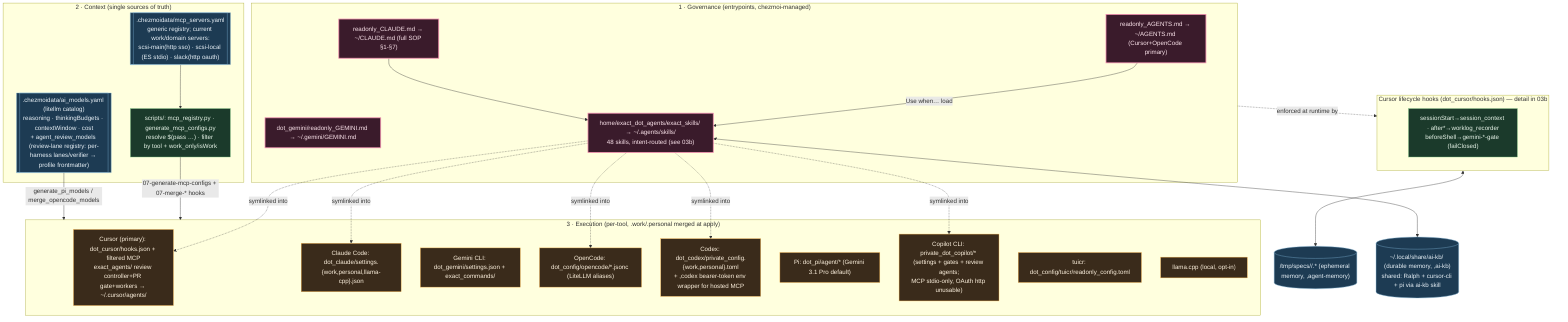
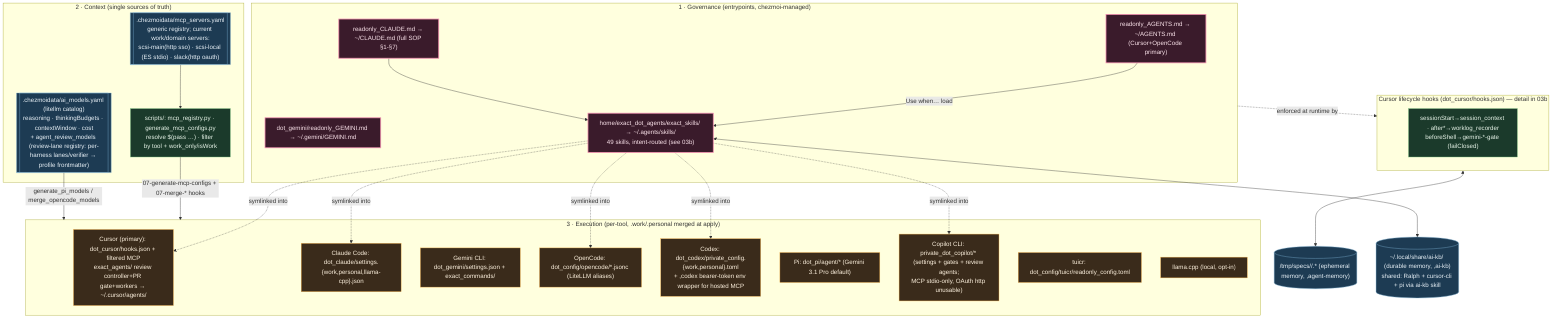
%% ============================================================================
%% 03-agentic-os.mmd — Agentic OS: governance + context + execution layers.
%% Entry SOPs + MCP/model registries + per-tool config generation.
%% Skills/hooks file-level detail → 03b. Per-tool config files → 12.
%% ============================================================================
flowchart TB
    classDef gov fill:#3a1b2b,stroke:#f48fb1,color:#fce4ec,stroke-width:2px;
    classDef ctx fill:#1b3a2b,stroke:#81c784,color:#e8f5e9;
    classDef exec fill:#3a2b1b,stroke:#ffb74d,color:#fff3e0;
    classDef data fill:#1d3b53,stroke:#7fb3d5,color:#eaf2f8;

    subgraph GOV["1 · Governance (entrypoints, chezmoi-managed)"]
        AG["readonly_AGENTS.md → ~/AGENTS.md (Cursor+OpenCode primary)"]:::gov
        CL["readonly_CLAUDE.md → ~/CLAUDE.md (full SOP §1-§7)"]:::gov
        GM["dot_gemini/readonly_GEMINI.md → ~/.gemini/GEMINI.md"]:::gov
-         SK["home/exact_dot_agents/exact_skills/ → ~/.agents/skills/<br/>48 skills, intent-routed (see 03b)"]:::gov
+         SK["home/exact_dot_agents/exact_skills/ → ~/.agents/skills/<br/>49 skills, intent-routed (see 03b)"]:::gov
        AG -->|Use when… load| SK
        CL --> SK
    end

    subgraph CTX["2 · Context (single sources of truth)"]
        REG[[".chezmoidata/mcp_servers.yaml<br/>generic registry; current work/domain servers:<br/>scsi-main(http sso) · scsi-local (ES stdio) · slack(http oauth)"]]:::data
        MODELS[[".chezmoidata/ai_models.yaml (litellm catalog)<br/>reasoning · thinkingBudgets · contextWindow · cost<br/>+ agent_review_models (review-lane registry: per-harness lanes/verifier → profile frontmatter)"]]:::data
        GEN["scripts/: mcp_registry.py · generate_mcp_configs.py<br/>resolve $(pass …) · filter by tool + work_only/isWork"]:::ctx
        REG --> GEN
    end

    subgraph EXECL["3 · Execution (per-tool, .work/.personal merged at apply)"]
        CURSOR["Cursor (primary): dot_cursor/hooks.json + filtered MCP<br/>exact_agents/ review controller+PR gate+workers → ~/.cursor/agents/"]:::exec
        CLAUDE["Claude Code: dot_claude/settings.{work,personal,llama-cpp}.json"]:::exec
        GEMINI["Gemini CLI: dot_gemini/settings.json + exact_commands/"]:::exec
        OPENCODE["OpenCode: dot_config/opencode/*.jsonc (LiteLLM aliases)"]:::exec
        CODEX["Codex: dot_codex/private_config.{work,personal}.toml<br/>+ ,codex bearer-token env wrapper for hosted MCP"]:::exec
        PI["Pi: dot_pi/agent/* (Gemini 3.1 Pro default)"]:::exec
        COPILOT["Copilot CLI: private_dot_copilot/* (settings + gates + review agents;<br/>MCP stdio-only, OAuth http unusable)"]:::exec
        TUICR["tuicr: dot_config/tuicr/readonly_config.toml"]:::exec
        LOCAL["llama.cpp (local, opt-in)"]:::exec
    end

    GEN -->|07-generate-mcp-configs + 07-merge-* hooks| EXECL
    MODELS -->|generate_pi_models / merge_opencode_models| EXECL
    SK -. symlinked into .-> CURSOR & CLAUDE & OPENCODE & CODEX & COPILOT

    subgraph HOOKS["Cursor lifecycle hooks (dot_cursor/hooks.json) — detail in 03b"]
        H["sessionStart→session_context · after*→worklog_recorder<br/>beforeShell→gemini-*-gate (failClosed)"]:::ctx
    end
    GOV -.enforced at runtime by.-> HOOKS
    MEM[("/tmp/specs/<pwd>/<topic>.* (ephemeral memory, ,agent-memory)")]:::data
    HOOKS <--> MEM
    KBDB[("~/.local/share/ai-kb/ (durable memory, ,ai-kb)<br/>shared: Ralph + cursor-cli + pi via ai-kb skill")]:::data
    SK <--> KBDB
